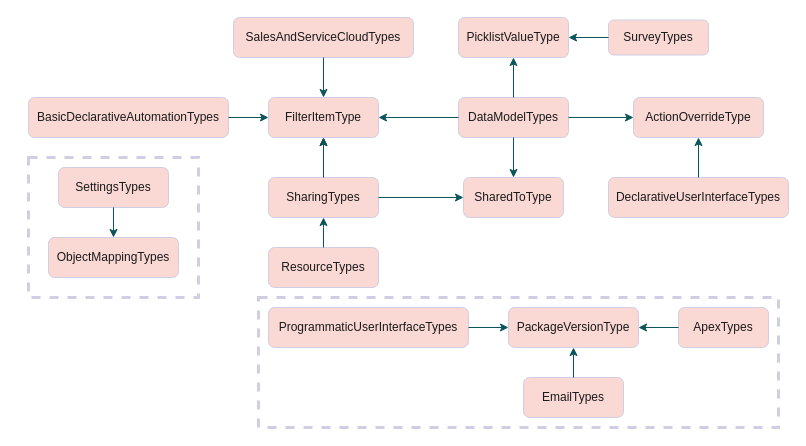
Before: Package Diagram.drawio in learnbenlearn/ApexMetadataAPI, a draw.io diagram. Source tidied: cells renumbered, new cells numbered last; positions are measured from the earlier drawing's top-left corner, leaving out a move shared by most shapes. Both pictures are drawn from the tidied source at 100%, with x=0, y=0 at pixel (28, 17).
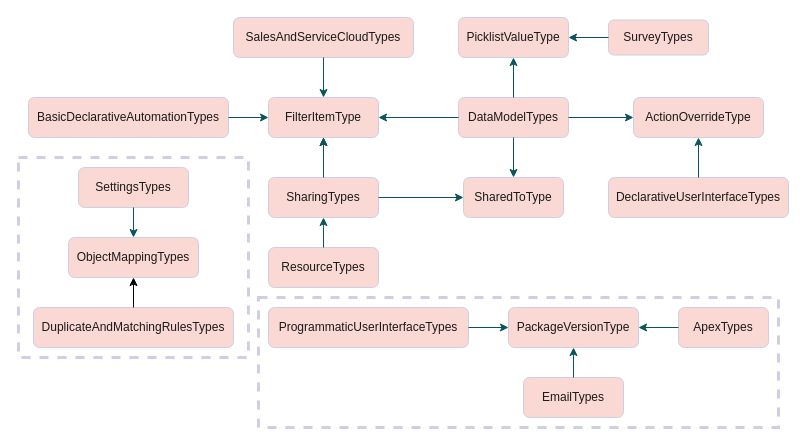
The same page after the edit.

Commit message (it also covers changes not shown here):
creating package versions day 2

The change refers to these unchanged cells:
```xml
<mxCell id="29" style="group;fontColor=#1A1A1A;" parent="1" vertex="1">
  <mxGeometry x="20" y="220" width="130" height="110" as="geometry" />
</mxCell>
```

The edit, as a diff of the source:
```diff
@@
     <mxCell id="2" style="group;fontColor=#1A1A1A;" parent="1" vertex="1">
-      <mxGeometry width="760" height="310" as="geometry" />
+      <mxGeometry width="760" height="340" as="geometry" />
     </mxCell>
@@
     <mxCell id="27" style="whiteSpace=wrap;html=1;rounded=0;strokeColor=#D0CEE2;strokeWidth=3;dashed=1;fillColor=none;fontColor=#1A1A1A;" parent="2" vertex="1">
-      <mxGeometry y="140" width="170" height="140" as="geometry" />
+      <mxGeometry x="-10" y="140" width="230" height="200" as="geometry" />
     </mxCell>
     <mxCell id="28" value="SettingsTypes" style="rounded=1;whiteSpace=wrap;html=1;fillColor=#FAD9D5;strokeColor=#D0CEE2;fontColor=#1A1A1A;" parent="2" vertex="1">
-      <mxGeometry x="30" y="150" width="110" height="40" as="geometry" />
+      <mxGeometry x="50" y="150" width="110" height="40" as="geometry" />
     </mxCell>
+    <mxCell id="41" value="DuplicateAndMatchingRulesTypes" style="rounded=1;whiteSpace=wrap;html=1;fillColor=#FAD9D5;strokeColor=#D0CEE2;fontColor=#1A1A1A;" parent="2" vertex="1">
+      <mxGeometry x="5" y="290" width="200" height="40" as="geometry" />
+    </mxCell>
@@
     <mxCell id="30" value="ObjectMappingTypes" style="rounded=1;whiteSpace=wrap;html=1;fillColor=#FAD9D5;strokeColor=#D0CEE2;fontColor=#1A1A1A;" parent="29" vertex="1">
-      <mxGeometry width="130" height="40" as="geometry" />
+      <mxGeometry x="20" width="130" height="40" as="geometry" />
     </mxCell>
@@
+    <mxCell id="42" style="edgeStyle=orthogonalEdgeStyle;rounded=0;jettySize=auto;html=1;" parent="1" edge="1" source="41" target="30">
+      <mxGeometry relative="1" as="geometry" />
+    </mxCell>
```
